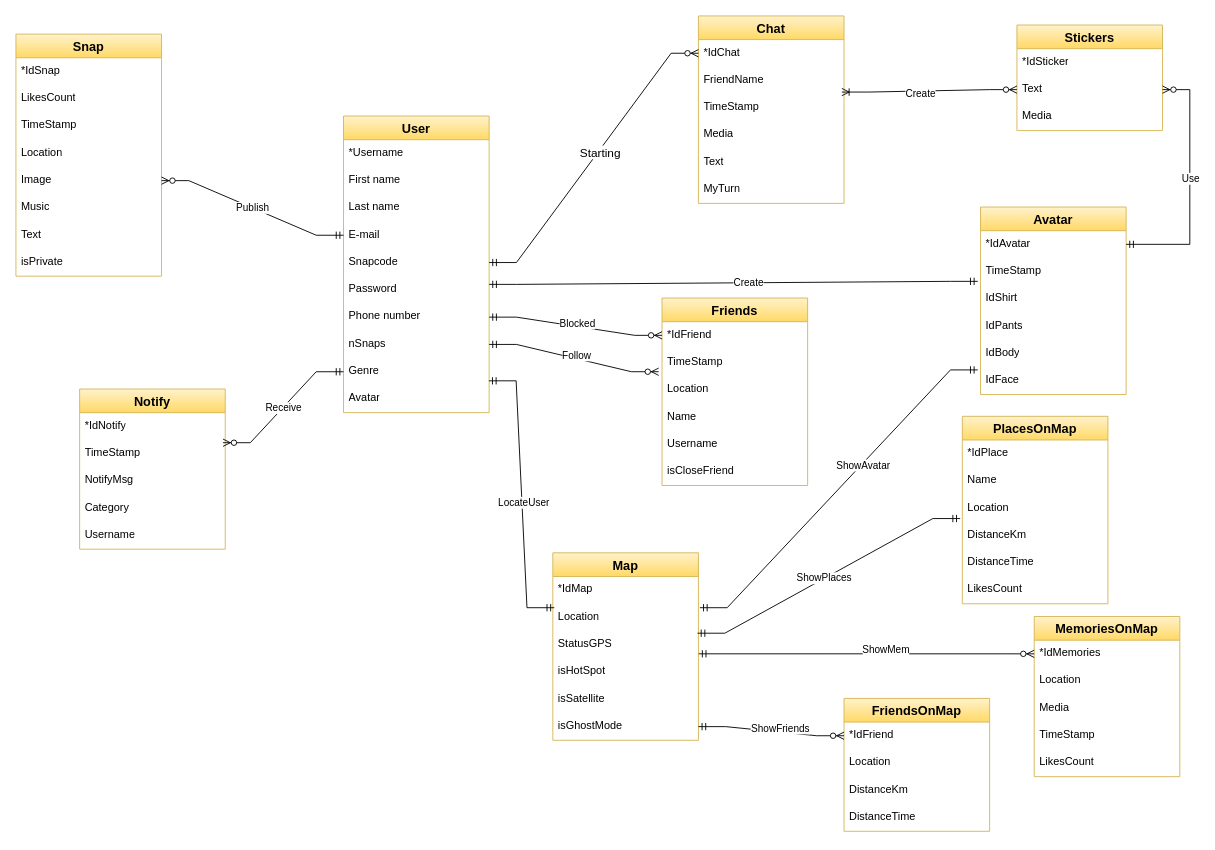
The draw.io diagram nuovo-schema-ER.drawio in Antonet99/noSQL-Snapchat, before the edit. Source tidied: cells renumbered, new cells numbered last; positions are measured from the earlier drawing's top-left corner, leaving out a move shared by most shapes. Both pictures are drawn from the tidied source at 91%, with x=0, y=0 at pixel (15, 15).
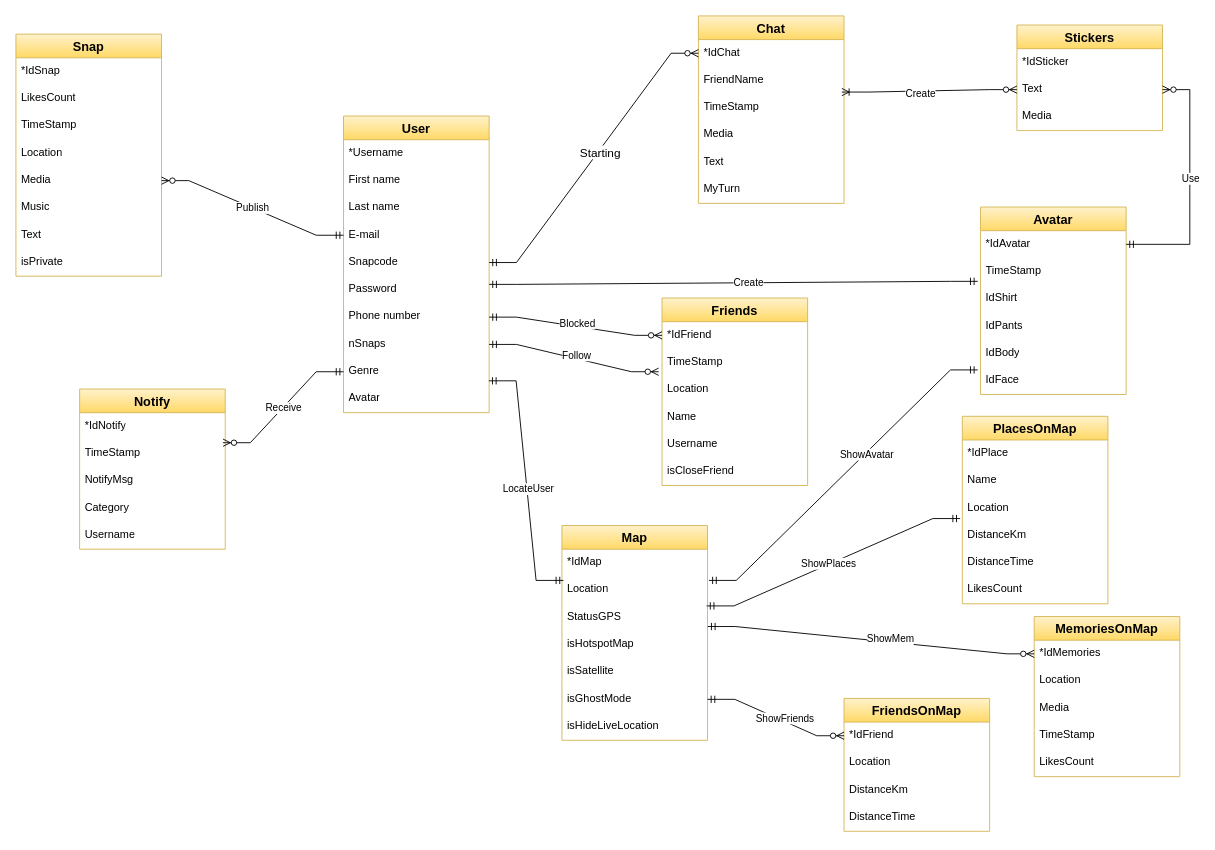
Above is the later version.

The change refers to these unchanged cells:
```xml
<mxCell id="45" value="Snap" style="swimlane;fontStyle=1;horizontal=1;startSize=26;align=center;fontSize=14;fillColor=#fff2cc;strokeColor=#d6b656;gradientColor=#ffd966;" parent="1" vertex="1">
  <mxGeometry y="20" width="160" height="266" as="geometry" />
</mxCell>
```

What changed in the source:
```diff
@@
     <mxCell id="13" value="Map" style="swimlane;fontStyle=1;horizontal=1;startSize=26;align=center;fontSize=14;fillColor=#fff2cc;strokeColor=#d6b656;gradientColor=#ffd966;" parent="1" vertex="1">
-      <mxGeometry x="590" y="590" width="160" height="206" as="geometry" />
+      <mxGeometry x="600" y="560" width="160" height="236" as="geometry" />
     </mxCell>
@@
-    <mxCell id="17" value="isHotSpot" style="text;strokeColor=none;fillColor=none;spacingLeft=4;spacingRight=4;overflow=hidden;points=[[0,0.5],[1,0.5]];portConstraint=eastwest;fontSize=12;whiteSpace=wrap;html=1;" parent="13" vertex="1">
+    <mxCell id="17" value="&lt;div&gt;isHotspotMap&lt;/div&gt;&lt;div&gt;&lt;br&gt;&lt;/div&gt;" style="text;strokeColor=none;fillColor=none;spacingLeft=4;spacingRight=4;overflow=hidden;points=[[0,0.5],[1,0.5]];portConstraint=eastwest;fontSize=12;whiteSpace=wrap;html=1;" parent="13" vertex="1">
       <mxGeometry y="116" width="160" height="30" as="geometry" />
     </mxCell>
@@
+    <mxCell id="104" value="isHideLiveLocation" style="text;strokeColor=none;fillColor=none;spacingLeft=4;spacingRight=4;overflow=hidden;fontSize=12;whiteSpace=wrap;html=1;" parent="13" vertex="1">
+      <mxGeometry y="206" width="160" height="30" as="geometry" />
+    </mxCell>
@@
-    <mxCell id="50" value="Image" style="text;strokeColor=none;fillColor=none;spacingLeft=4;spacingRight=4;overflow=hidden;points=[[0,0.5],[1,0.5]];portConstraint=eastwest;fontSize=12;whiteSpace=wrap;html=1;" parent="45" vertex="1">
+    <mxCell id="50" value="Media" style="text;strokeColor=none;fillColor=none;spacingLeft=4;spacingRight=4;overflow=hidden;points=[[0,0.5],[1,0.5]];portConstraint=eastwest;fontSize=12;whiteSpace=wrap;html=1;" parent="45" vertex="1">
       <mxGeometry y="146" width="160" height="30" as="geometry" />
     </mxCell>
```
